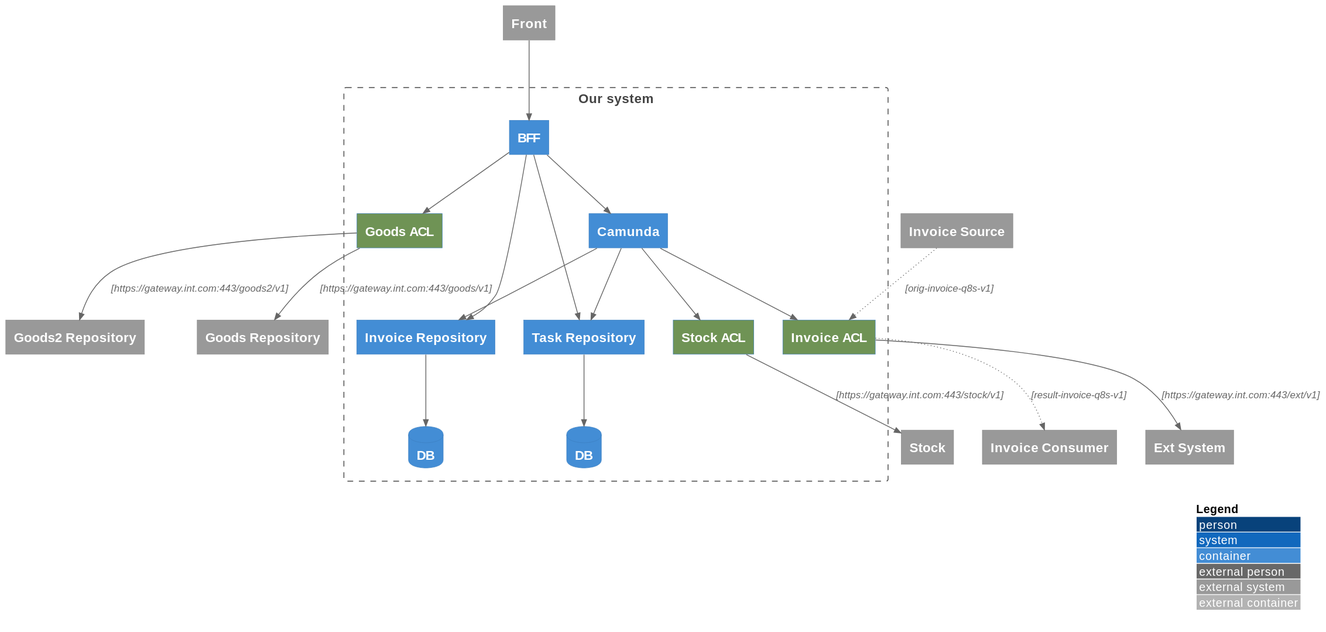
This is resources/architecture/Demo Tests.svg from ChS23/aact, a PlantUML export, as it was before one commit. Source of this version:
```plantuml
@startuml
!include https://raw.githubusercontent.com/plantuml-stdlib/C4-PlantUML/master/C4_Container.puml

LAYOUT_WITH_LEGEND()

AddRelTag("async",  $lineStyle = DottedLine())
AddElementTag("acl",  $bgColor = "#6F9355")

System_Ext(stock, "Stock")
System_Ext(ext_system, "Ext System")
System_Ext(invoice_source, "Invoice Source")
System_Ext(invoice_dest, "Invoice Consumer")
System_Ext(goods_repository, "Goods Repository")
System_Ext(goods2_repository, "Goods2 Repository")
System_Ext(front, "Front")

Boundary(our_system, "Our system"){
        Container(bff, "BFF")
        Container(goods_acl, "Goods ACL", "", "", $tags="acl")
        Container(camunda, "Camunda")
        Container(task_repository, "Task Repository", "", "", $tags="repo")
        Container(invoice_repository, "Invoice Repository", "", "", $tags="repo")
        Container(invoice_acl, "Invoice ACL", "", "", $tags="acl")
        Container(stock_acl, "Stock ACL", "", "", $tags="acl")

        ContainerDb(task_repository_db,"DB")
        ContainerDb(invoice_repository_db,"DB")

}

Rel(front, bff, "")
Rel(bff, camunda, "")
Rel(camunda, stock_acl, "")
Rel(stock_acl, stock, "", "https:~/~/gateway.int.com:443/stock/v1")

Rel(bff, goods_acl, "")
Rel(goods_acl, goods_repository, "", "https:~/~/gateway.int.com:443/goods/v1")
Rel(goods_acl, goods2_repository, "", "https:~/~/gateway.int.com:443/goods2/v1")

Rel(bff, task_repository, "")
Rel(task_repository, task_repository_db, "")

Rel(bff, invoice_repository, "")
Rel(invoice_repository, invoice_repository_db, "")

Rel(camunda, task_repository, "")
Rel(camunda, invoice_repository, "")
Rel(camunda, invoice_acl, "")
Rel(invoice_source, invoice_acl, "", "orig-invoice-q8s-v1", $tags="async")
Rel(invoice_acl, invoice_dest, "", "result-invoice-q8s-v1", $tags="async")
Rel(invoice_acl, ext_system, "", "https:~/~/gateway.int.com:443/ext/v1")
@enduml
```
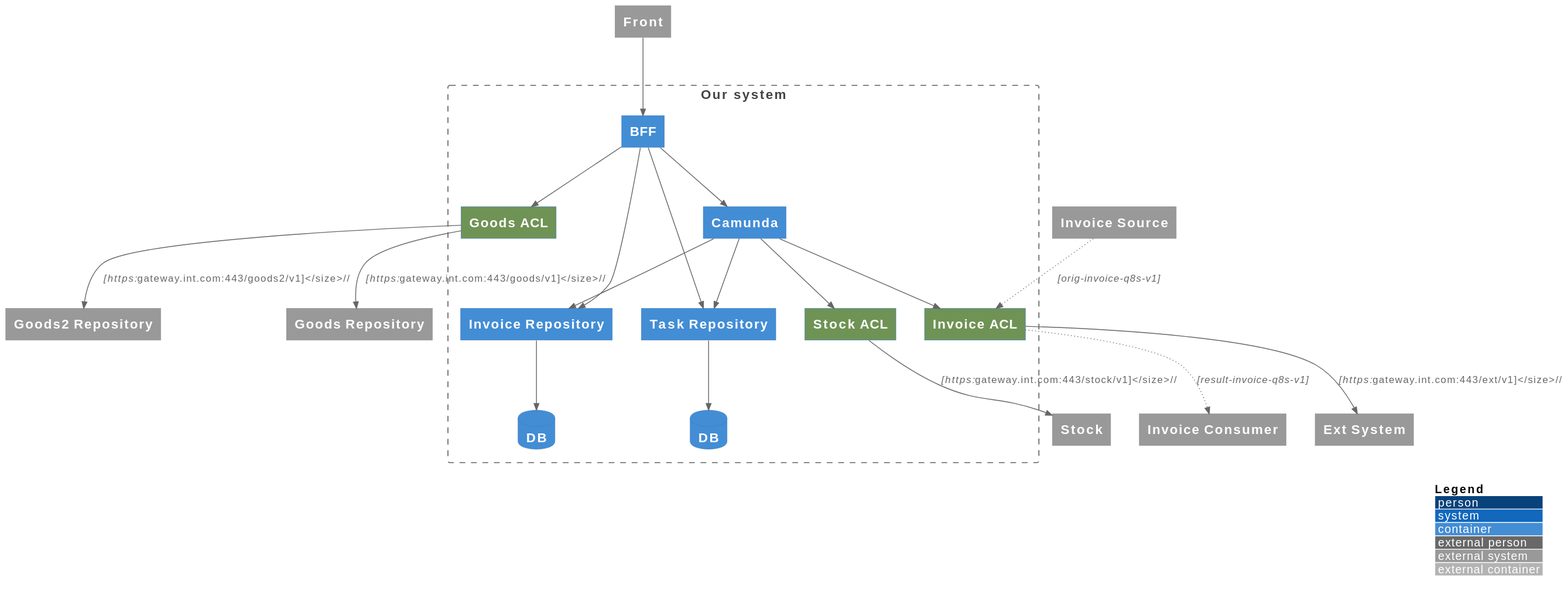
Above is the later version.

Commit message:
chore: drop stale SVG updates

The SVGs in the original PR #15 were regenerated from the pre-v2
generator output. Post-v2 the .puml content structure is different
(see merge commit), so those SVGs would render against the wrong
diagram structure. Revert SVGs to current main; downstream PlantUML
rendering will regenerate them from the URL-escaped .puml.

What changed in the source:
```diff
@@ -31,11 +31,11 @@
 Rel(front, bff, "")
 Rel(bff, camunda, "")
 Rel(camunda, stock_acl, "")
-Rel(stock_acl, stock, "", "https:~/~/gateway.int.com:443/stock/v1")
+Rel(stock_acl, stock, "", "https://gateway.int.com:443/stock/v1")
 
 Rel(bff, goods_acl, "")
-Rel(goods_acl, goods_repository, "", "https:~/~/gateway.int.com:443/goods/v1")
-Rel(goods_acl, goods2_repository, "", "https:~/~/gateway.int.com:443/goods2/v1")
+Rel(goods_acl, goods_repository, "", "https://gateway.int.com:443/goods/v1")
+Rel(goods_acl, goods2_repository, "", "https://gateway.int.com:443/goods2/v1")
 
 Rel(bff, task_repository, "")
 Rel(task_repository, task_repository_db, "")
@@ -48,5 +48,5 @@
 Rel(camunda, invoice_acl, "")
 Rel(invoice_source, invoice_acl, "", "orig-invoice-q8s-v1", $tags="async")
 Rel(invoice_acl, invoice_dest, "", "result-invoice-q8s-v1", $tags="async")
-Rel(invoice_acl, ext_system, "", "https:~/~/gateway.int.com:443/ext/v1")
+Rel(invoice_acl, ext_system, "", "https://gateway.int.com:443/ext/v1")
 @enduml
```
